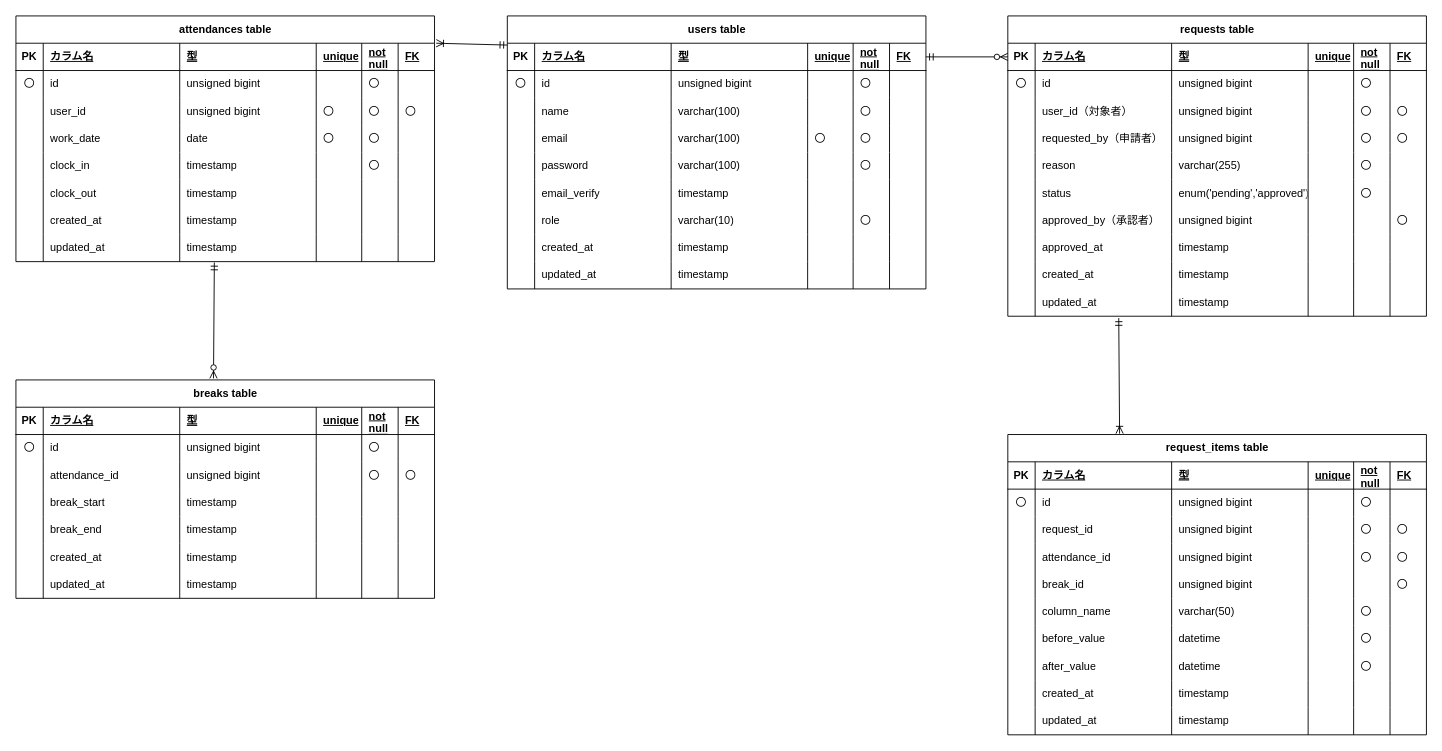
ErikoKikuchi/mock-case2 keeps this draw.io diagram as mock-case2.drawio. Above is the earlier version. Source tidied: cells renumbered, new cells numbered last; positions are measured from the earlier drawing's top-left corner, leaving out a move shared by most shapes. Both pictures are drawn from the tidied source at 91%, with x=0, y=0 at pixel (15, 15).
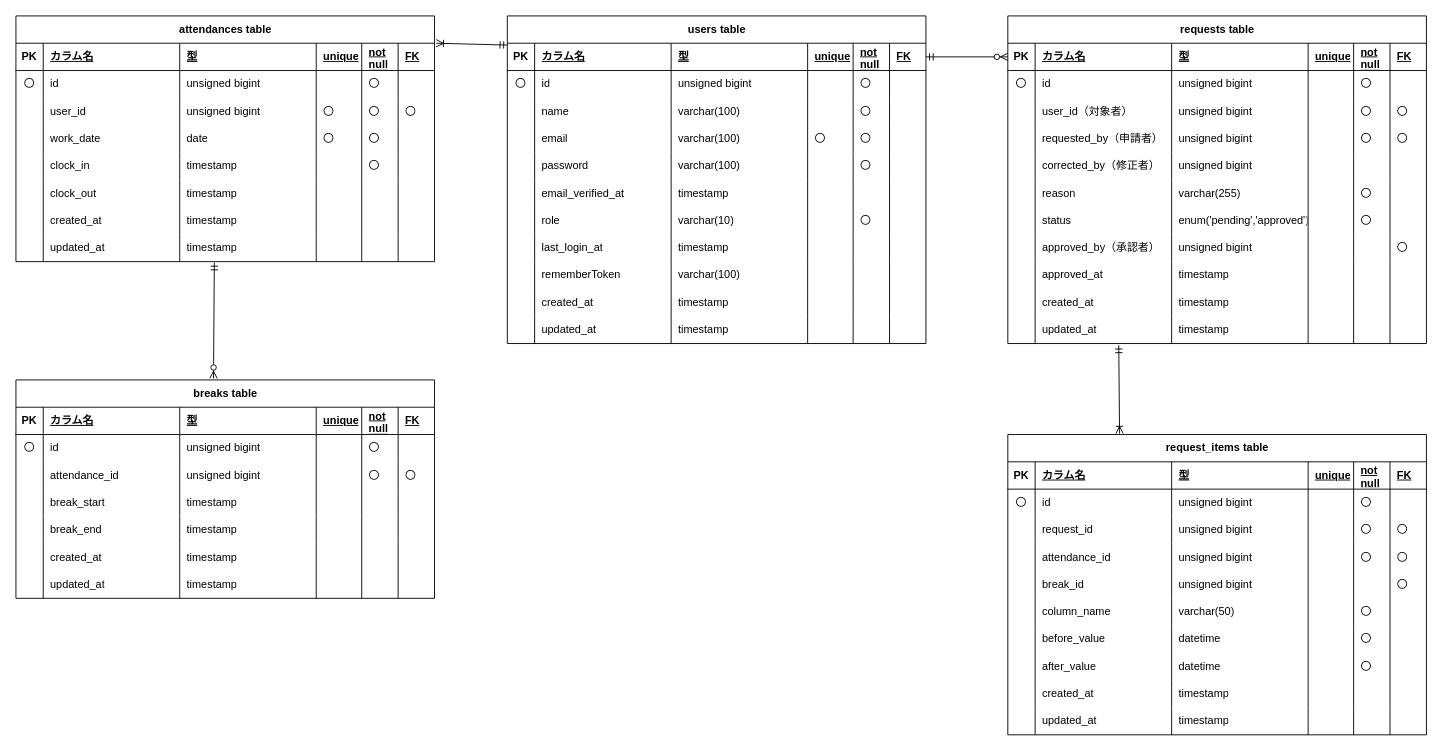
Above is the later version.

The change refers to these unchanged cells:
```xml
<mxCell id="38" style="shape=tableRow;horizontal=0;startSize=0;swimlaneHead=0;swimlaneBody=0;fillColor=none;top=0;left=0;right=0;bottom=0;" parent="2" vertex="1">
  <mxGeometry y="180" width="460" height="30" as="geometry" />
</mxCell>
```

What changed in the source:
```diff
@@
     <mxCell id="2" value="users table" style="shape=table;startSize=30;childLayout=tableLayout;rowLines=0;fontStyle=1;align=center;html=1;" parent="1" vertex="1">
-      <mxGeometry x="540" width="460" height="300" as="geometry" />
+      <mxGeometry x="540" width="460" height="360" as="geometry" />
     </mxCell>
@@
-    <mxCell id="40" value="email_verify" style="shape=partialRectangle;fillColor=none;top=0;left=0;bottom=0;right=0;align=left;spacingLeft=6;overflow=hidden;whiteSpace=wrap;html=1;" parent="38" vertex="1">
+    <mxCell id="40" value="email_verified_at" style="shape=partialRectangle;fillColor=none;top=0;left=0;bottom=0;right=0;align=left;spacingLeft=6;overflow=hidden;whiteSpace=wrap;html=1;" parent="38" vertex="1">
       <mxGeometry x="30" width="150" height="30" as="geometry" />
     </mxCell>
@@
+    <mxCell id="319" style="shape=tableRow;horizontal=0;startSize=0;swimlaneHead=0;swimlaneBody=0;fillColor=none;top=0;left=0;right=0;bottom=0;" parent="2" vertex="1">
+      <mxGeometry y="240" width="460" height="30" as="geometry" />
+    </mxCell>
+    <mxCell id="320" style="shape=partialRectangle;fillColor=none;top=0;left=0;bottom=0;right=0;overflow=hidden;whiteSpace=wrap;html=1;" parent="319" vertex="1">
+      <mxGeometry width="30" height="30" as="geometry" />
+    </mxCell>
+    <mxCell id="321" value="last_login_at" style="shape=partialRectangle;fillColor=none;top=0;left=0;bottom=0;right=0;align=left;spacingLeft=6;overflow=hidden;whiteSpace=wrap;html=1;" parent="319" vertex="1">
+      <mxGeometry x="30" width="150" height="30" as="geometry" />
+    </mxCell>
+    <mxCell id="322" value="&lt;span style=&quot;color: rgb(0, 0, 0);&quot;&gt;timestamp&lt;/span&gt;" style="shape=partialRectangle;fillColor=none;top=0;left=0;bottom=0;right=0;align=left;spacingLeft=6;overflow=hidden;whiteSpace=wrap;html=1;" parent="319" vertex="1">
+      <mxGeometry x="180" width="150" height="30" as="geometry" />
+    </mxCell>
+    <mxCell id="323" style="shape=partialRectangle;fillColor=none;top=0;left=0;bottom=0;right=0;align=left;spacingLeft=6;overflow=hidden;whiteSpace=wrap;html=1;" parent="319" vertex="1">
+      <mxGeometry x="330" width="50" height="30" as="geometry" />
+    </mxCell>
+    <mxCell id="324" style="shape=partialRectangle;fillColor=none;top=0;left=0;bottom=0;right=0;align=left;spacingLeft=6;overflow=hidden;whiteSpace=wrap;html=1;" parent="319" vertex="1">
+      <mxGeometry x="380" width="40" height="30" as="geometry" />
+    </mxCell>
+    <mxCell id="325" style="shape=partialRectangle;fillColor=none;top=0;left=0;bottom=0;right=0;align=left;spacingLeft=6;overflow=hidden;whiteSpace=wrap;html=1;" parent="319" vertex="1">
+      <mxGeometry x="420" width="40" height="30" as="geometry" />
+    </mxCell>
+    <mxCell id="326" style="shape=tableRow;horizontal=0;startSize=0;swimlaneHead=0;swimlaneBody=0;fillColor=none;top=0;left=0;right=0;bottom=0;" parent="2" vertex="1">
+      <mxGeometry y="270" width="460" height="30" as="geometry" />
+    </mxCell>
+    <mxCell id="327" style="shape=partialRectangle;fillColor=none;top=0;left=0;bottom=0;right=0;overflow=hidden;whiteSpace=wrap;html=1;" parent="326" vertex="1">
+      <mxGeometry width="30" height="30" as="geometry" />
+    </mxCell>
+    <mxCell id="328" value="rememberToken" style="shape=partialRectangle;fillColor=none;top=0;left=0;bottom=0;right=0;align=left;spacingLeft=6;overflow=hidden;whiteSpace=wrap;html=1;" parent="326" vertex="1">
+      <mxGeometry x="30" width="150" height="30" as="geometry" />
+    </mxCell>
+    <mxCell id="329" value="&lt;span style=&quot;color: rgb(0, 0, 0);&quot;&gt;varchar(100)&lt;/span&gt;" style="shape=partialRectangle;fillColor=none;top=0;left=0;bottom=0;right=0;align=left;spacingLeft=6;overflow=hidden;whiteSpace=wrap;html=1;" parent="326" vertex="1">
+      <mxGeometry x="180" width="150" height="30" as="geometry" />
+    </mxCell>
+    <mxCell id="330" style="shape=partialRectangle;fillColor=none;top=0;left=0;bottom=0;right=0;align=left;spacingLeft=6;overflow=hidden;whiteSpace=wrap;html=1;" parent="326" vertex="1">
+      <mxGeometry x="330" width="50" height="30" as="geometry" />
+    </mxCell>
+    <mxCell id="331" style="shape=partialRectangle;fillColor=none;top=0;left=0;bottom=0;right=0;align=left;spacingLeft=6;overflow=hidden;whiteSpace=wrap;html=1;" parent="326" vertex="1">
+      <mxGeometry x="380" width="40" height="30" as="geometry" />
+    </mxCell>
+    <mxCell id="332" style="shape=partialRectangle;fillColor=none;top=0;left=0;bottom=0;right=0;align=left;spacingLeft=6;overflow=hidden;whiteSpace=wrap;html=1;" parent="326" vertex="1">
+      <mxGeometry x="420" width="40" height="30" as="geometry" />
+    </mxCell>
     <mxCell id="52" style="shape=tableRow;horizontal=0;startSize=0;swimlaneHead=0;swimlaneBody=0;fillColor=none;top=0;left=0;right=0;bottom=0;" parent="2" vertex="1">
-      <mxGeometry y="240" width="460" height="30" as="geometry" />
+      <mxGeometry y="300" width="460" height="30" as="geometry" />
     </mxCell>
@@
     <mxCell id="59" style="shape=tableRow;horizontal=0;startSize=0;swimlaneHead=0;swimlaneBody=0;fillColor=none;top=0;left=0;right=0;bottom=0;" parent="2" vertex="1">
-      <mxGeometry y="270" width="460" height="30" as="geometry" />
+      <mxGeometry y="330" width="460" height="30" as="geometry" />
     </mxCell>
@@
     <mxCell id="173" value="requests table" style="shape=table;startSize=30;childLayout=tableLayout;rowLines=0;fontStyle=1;align=center;html=1;" parent="1" vertex="1">
-      <mxGeometry x="1090" width="460" height="330" as="geometry" />
+      <mxGeometry x="1090" width="460" height="360" as="geometry" />
     </mxCell>
@@
+    <mxCell id="333" style="shape=tableRow;horizontal=0;startSize=0;swimlaneHead=0;swimlaneBody=0;fillColor=none;top=0;left=0;right=0;bottom=0;" parent="173" vertex="1">
+      <mxGeometry y="150" width="460" height="30" as="geometry" />
+    </mxCell>
+    <mxCell id="334" style="shape=partialRectangle;fillColor=none;top=0;left=0;bottom=0;right=0;overflow=hidden;whiteSpace=wrap;html=1;" parent="333" vertex="1">
+      <mxGeometry width="30" height="30" as="geometry" />
+    </mxCell>
+    <mxCell id="335" value="corrected_by（修正者）" style="shape=partialRectangle;fillColor=none;top=0;left=0;bottom=0;right=0;align=left;spacingLeft=6;overflow=hidden;whiteSpace=wrap;html=1;" parent="333" vertex="1">
+      <mxGeometry x="30" width="150" height="30" as="geometry" />
+    </mxCell>
+    <mxCell id="336" value="&lt;span style=&quot;color: rgb(0, 0, 0);&quot;&gt;unsigned bigint&lt;/span&gt;" style="shape=partialRectangle;fillColor=none;top=0;left=0;bottom=0;right=0;align=left;spacingLeft=6;overflow=hidden;whiteSpace=wrap;html=1;" parent="333" vertex="1">
+      <mxGeometry x="180" width="150" height="30" as="geometry" />
+    </mxCell>
+    <mxCell id="337" style="shape=partialRectangle;fillColor=none;top=0;left=0;bottom=0;right=0;align=left;spacingLeft=6;overflow=hidden;whiteSpace=wrap;html=1;" parent="333" vertex="1">
+      <mxGeometry x="330" width="50" height="30" as="geometry" />
+    </mxCell>
+    <mxCell id="338" style="shape=partialRectangle;fillColor=none;top=0;left=0;bottom=0;right=0;align=left;spacingLeft=6;overflow=hidden;whiteSpace=wrap;html=1;" parent="333" vertex="1">
+      <mxGeometry x="380" width="40" height="30" as="geometry" />
+    </mxCell>
+    <mxCell id="339" style="shape=partialRectangle;fillColor=none;top=0;left=0;bottom=0;right=0;align=left;spacingLeft=6;overflow=hidden;whiteSpace=wrap;html=1;" parent="333" vertex="1">
+      <mxGeometry x="420" width="40" height="30" as="geometry" />
+    </mxCell>
     <mxCell id="202" style="shape=tableRow;horizontal=0;startSize=0;swimlaneHead=0;swimlaneBody=0;fillColor=none;top=0;left=0;right=0;bottom=0;" parent="173" vertex="1">
-      <mxGeometry y="150" width="460" height="30" as="geometry" />
+      <mxGeometry y="180" width="460" height="30" as="geometry" />
     </mxCell>
@@
     <mxCell id="209" style="shape=tableRow;horizontal=0;startSize=0;swimlaneHead=0;swimlaneBody=0;fillColor=none;top=0;left=0;right=0;bottom=0;" parent="173" vertex="1">
-      <mxGeometry y="180" width="460" height="30" as="geometry" />
+      <mxGeometry y="210" width="460" height="30" as="geometry" />
     </mxCell>
@@
     <mxCell id="216" style="shape=tableRow;horizontal=0;startSize=0;swimlaneHead=0;swimlaneBody=0;fillColor=none;top=0;left=0;right=0;bottom=0;" parent="173" vertex="1">
-      <mxGeometry y="210" width="460" height="30" as="geometry" />
+      <mxGeometry y="240" width="460" height="30" as="geometry" />
     </mxCell>
@@
     <mxCell id="223" style="shape=tableRow;horizontal=0;startSize=0;swimlaneHead=0;swimlaneBody=0;fillColor=none;top=0;left=0;right=0;bottom=0;" parent="173" vertex="1">
-      <mxGeometry y="240" width="460" height="30" as="geometry" />
+      <mxGeometry y="270" width="460" height="30" as="geometry" />
     </mxCell>
@@
     <mxCell id="230" style="shape=tableRow;horizontal=0;startSize=0;swimlaneHead=0;swimlaneBody=0;fillColor=none;top=0;left=0;right=0;bottom=0;" parent="173" vertex="1">
-      <mxGeometry y="270" width="460" height="30" as="geometry" />
+      <mxGeometry y="300" width="460" height="30" as="geometry" />
     </mxCell>
@@
     <mxCell id="237" style="shape=tableRow;horizontal=0;startSize=0;swimlaneHead=0;swimlaneBody=0;fillColor=none;points=[[0,0.5],[1,0.5]];portConstraint=eastwest;top=0;left=0;right=0;bottom=0;" parent="173" vertex="1">
-      <mxGeometry y="300" width="460" height="30" as="geometry" />
+      <mxGeometry y="330" width="460" height="30" as="geometry" />
     </mxCell>
```
